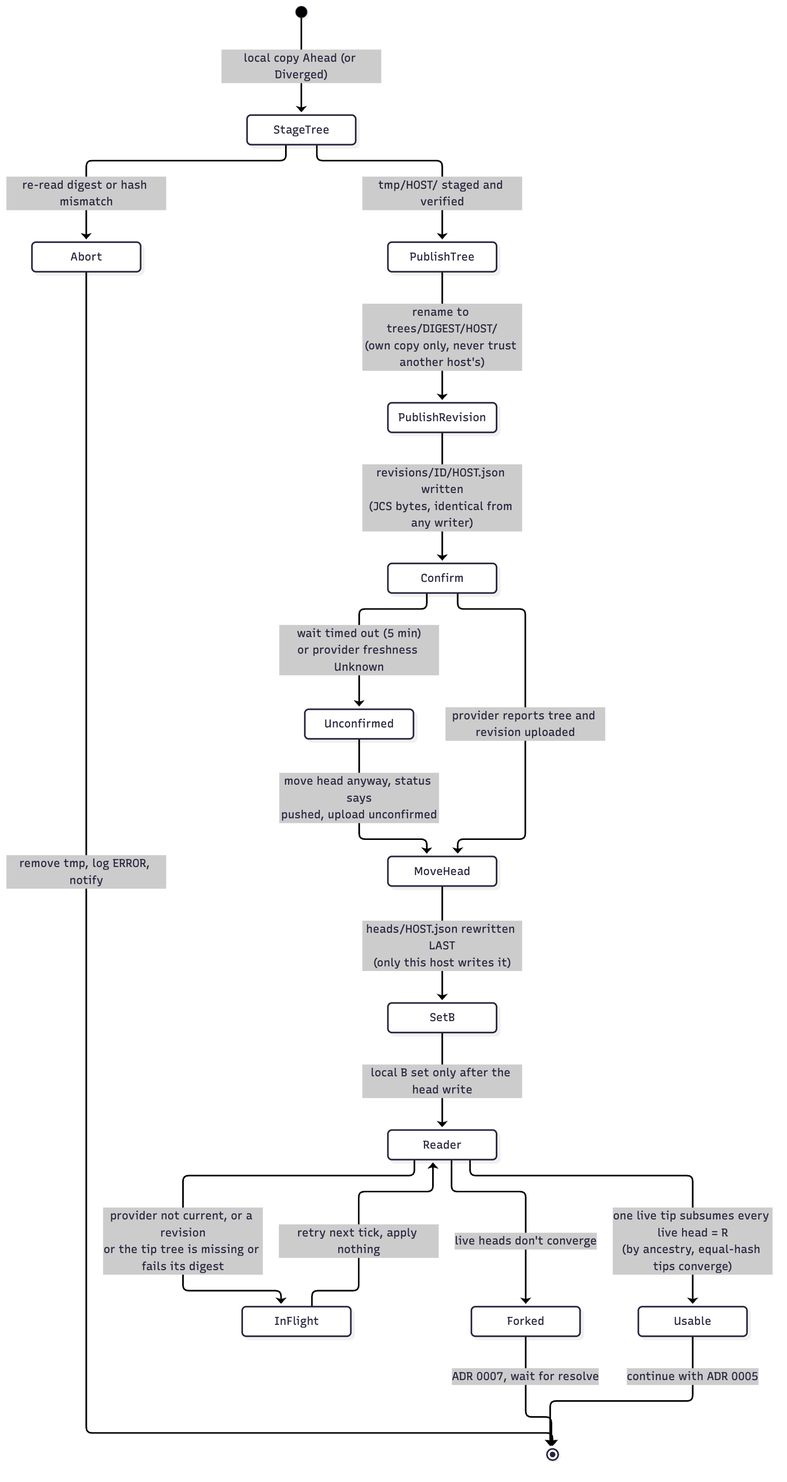
Above: docs/adr/store-write.png in csmarshall/mac-streamdeck-sync (Mermaid), before the change. Its source is kept beside it as docs/adr/store-write.mmd.
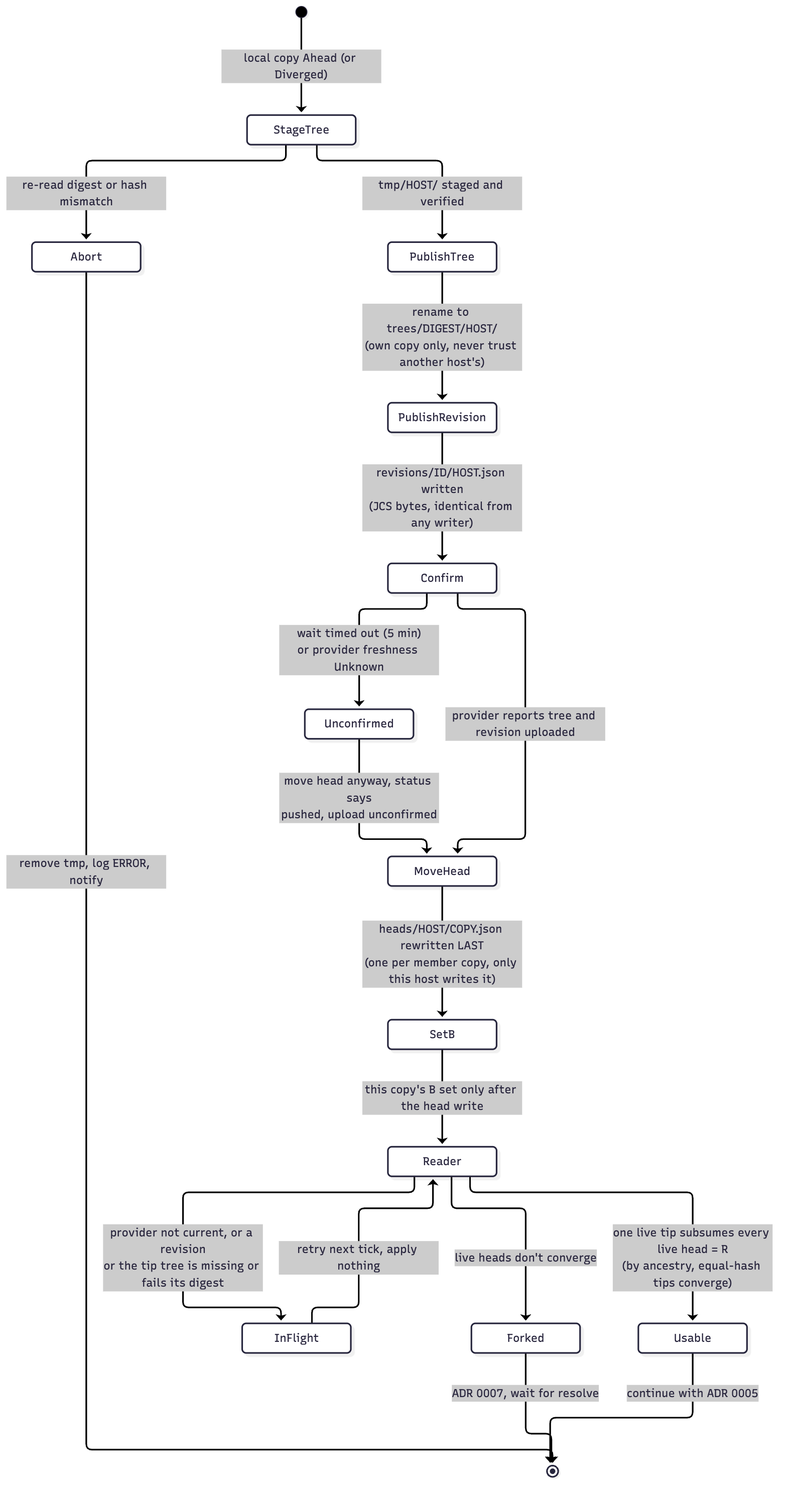
The same file after the commit.

What changed in the source:
```diff
@@ -8,8 +8,8 @@
     Confirm --> Unconfirmed: wait timed out (5 min)<br/>or provider freshness Unknown
     Confirm --> MoveHead: provider reports tree and revision uploaded
     Unconfirmed --> MoveHead: move head anyway, status says<br/>pushed, upload unconfirmed
-    MoveHead --> SetB: heads/HOST.json rewritten LAST<br/>(only this host writes it)
-    SetB --> Reader: local B set only after the head write
+    MoveHead --> SetB: heads/HOST/COPY.json rewritten LAST<br/>(one per member copy, only this host writes it)
+    SetB --> Reader: this copy's B set only after the head write
     Abort --> [*]: remove tmp, log ERROR, notify
     Reader --> InFlight: provider not current, or a revision<br/>or the tip tree is missing or fails its digest
     Reader --> Forked: live heads don't converge
```
